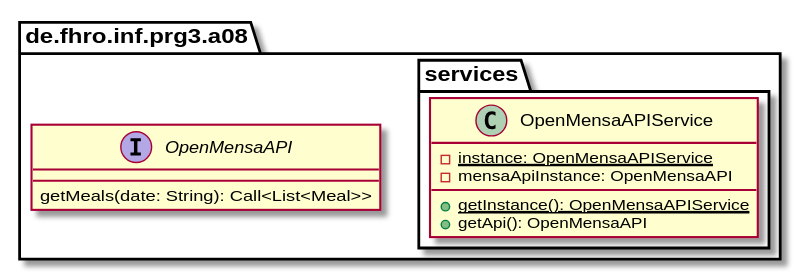
ohm-softa/08-singleton-factory-strategy-android keeps this PlantUML diagram as assets/images/OpenMensaAPIService.svg. Above is the earlier version.
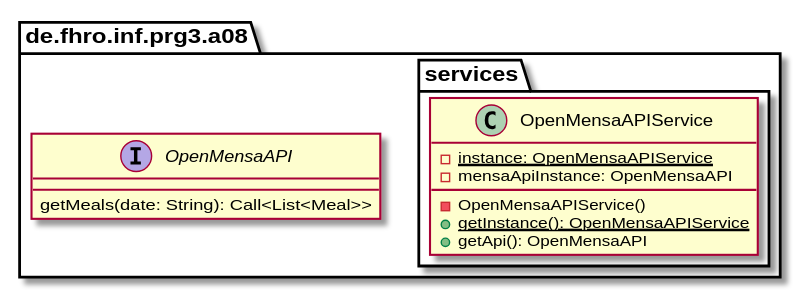
The same file after the commit.

Diff of the diagram source:
```diff
@@ -10,6 +10,7 @@
         class OpenMensaAPIService {
             -{static} instance: OpenMensaAPIService
             -mensaApiInstance: OpenMensaAPI
+            -OpenMensaAPIService()
             +{static} getInstance(): OpenMensaAPIService
             +getApi(): OpenMensaAPI
         }
```
